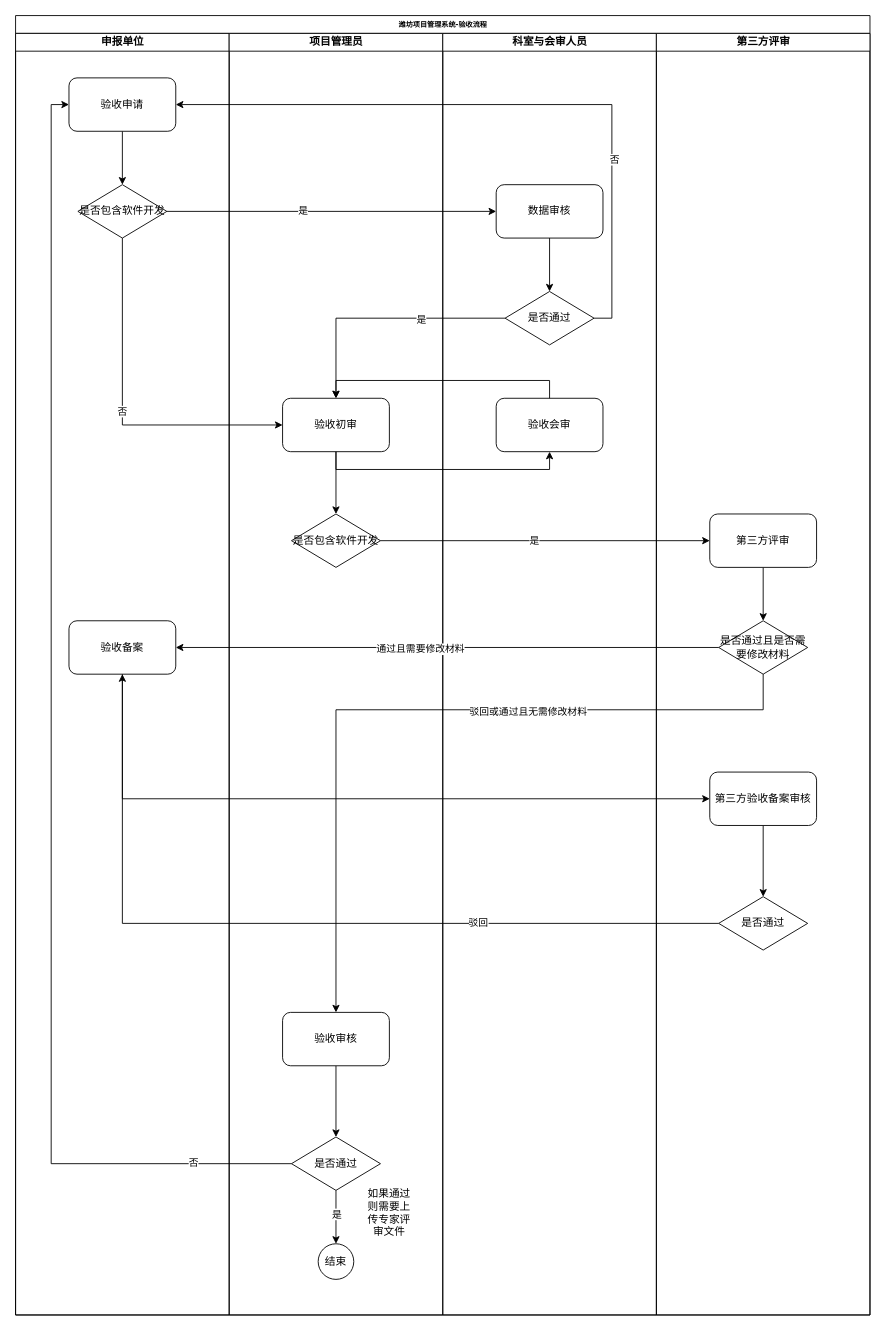
The draw.io diagram 潍坊项目管理系统-验收流程.drawio in 98roc/draw, before the edit. Source tidied: cells renumbered, new cells numbered last; positions are measured from the earlier drawing's top-left corner, leaving out a move shared by most shapes. Both pictures are drawn from the tidied source at 89%, with x=0, y=0 at pixel (15, 15).
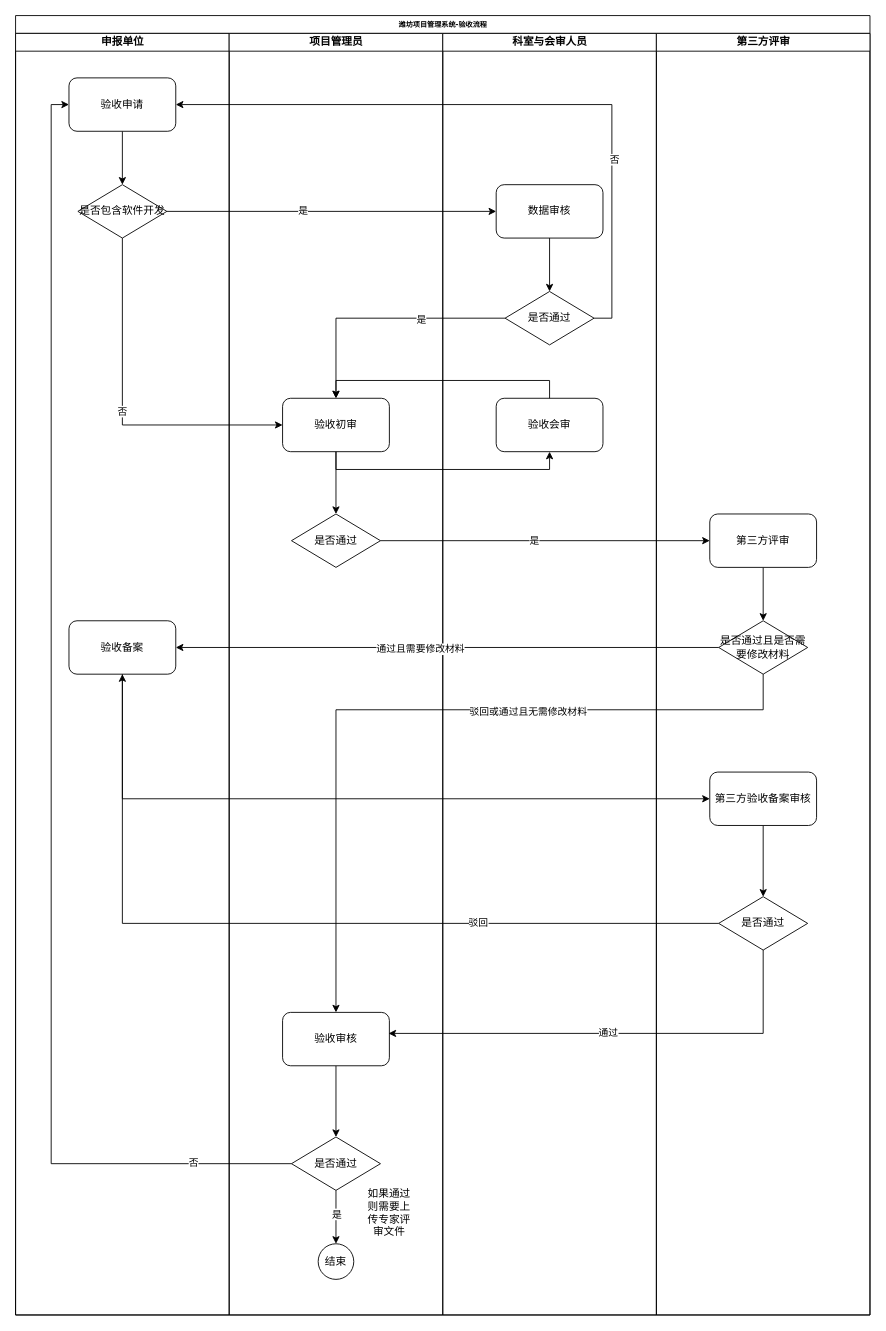
The same diagram, later.

Commit message:
更新潍坊项目管理系统-验收流程.drawio

Unchanged cells that the change refers to:
```xml
<mxCell id="2" value="潍坊项目管理系统-验收流程" style="swimlane;html=1;startSize=20;rounded=0;shadow=0;labelBackgroundColor=none;strokeWidth=1;fontFamily=Verdana;fontSize=8;align=center;" parent="1" vertex="1">
  <mxGeometry width="960" height="1460" as="geometry" />
</mxCell>
<mxCell id="8" value="项目管理员" style="swimlane;html=1;startSize=20;" parent="2" vertex="1">
  <mxGeometry x="240" y="20" width="240" height="1440" as="geometry" />
</mxCell>
<mxCell id="13" value="验收审核" style="rounded=1;whiteSpace=wrap;html=1;" parent="8" vertex="1">
  <mxGeometry x="60" y="1100" width="120" height="60" as="geometry" />
</mxCell>
<mxCell id="41" value="是否通过" style="rhombus;whiteSpace=wrap;html=1;" parent="35" vertex="1">
  <mxGeometry x="70" y="970" width="100" height="60" as="geometry" />
</mxCell>
```

What changed in the source:
```diff
@@
-    <mxCell id="11" value="是否包含软件开发" style="rhombus;whiteSpace=wrap;html=1;" parent="8" vertex="1">
+    <mxCell id="11" value="是否通过" style="rhombus;whiteSpace=wrap;html=1;" parent="8" vertex="1">
       <mxGeometry x="70" y="540" width="100" height="60" as="geometry" />
     </mxCell>
@@
+    <mxCell id="51" style="edgeStyle=orthogonalEdgeStyle;rounded=0;jettySize=auto;html=1;exitX=0.5;exitY=1;exitDx=0;exitDy=0;entryX=0.992;entryY=0.394;entryDx=0;entryDy=0;entryPerimeter=0;" parent="2" edge="1" source="41" target="13">
+      <mxGeometry relative="1" as="geometry" />
+    </mxCell>
+    <mxCell id="52" value="通过" style="edgeLabel;html=1;align=center;verticalAlign=middle;" parent="51" vertex="1">
+      <mxGeometry x="0.04" y="-1" relative="1" as="geometry" />
+    </mxCell>
```
